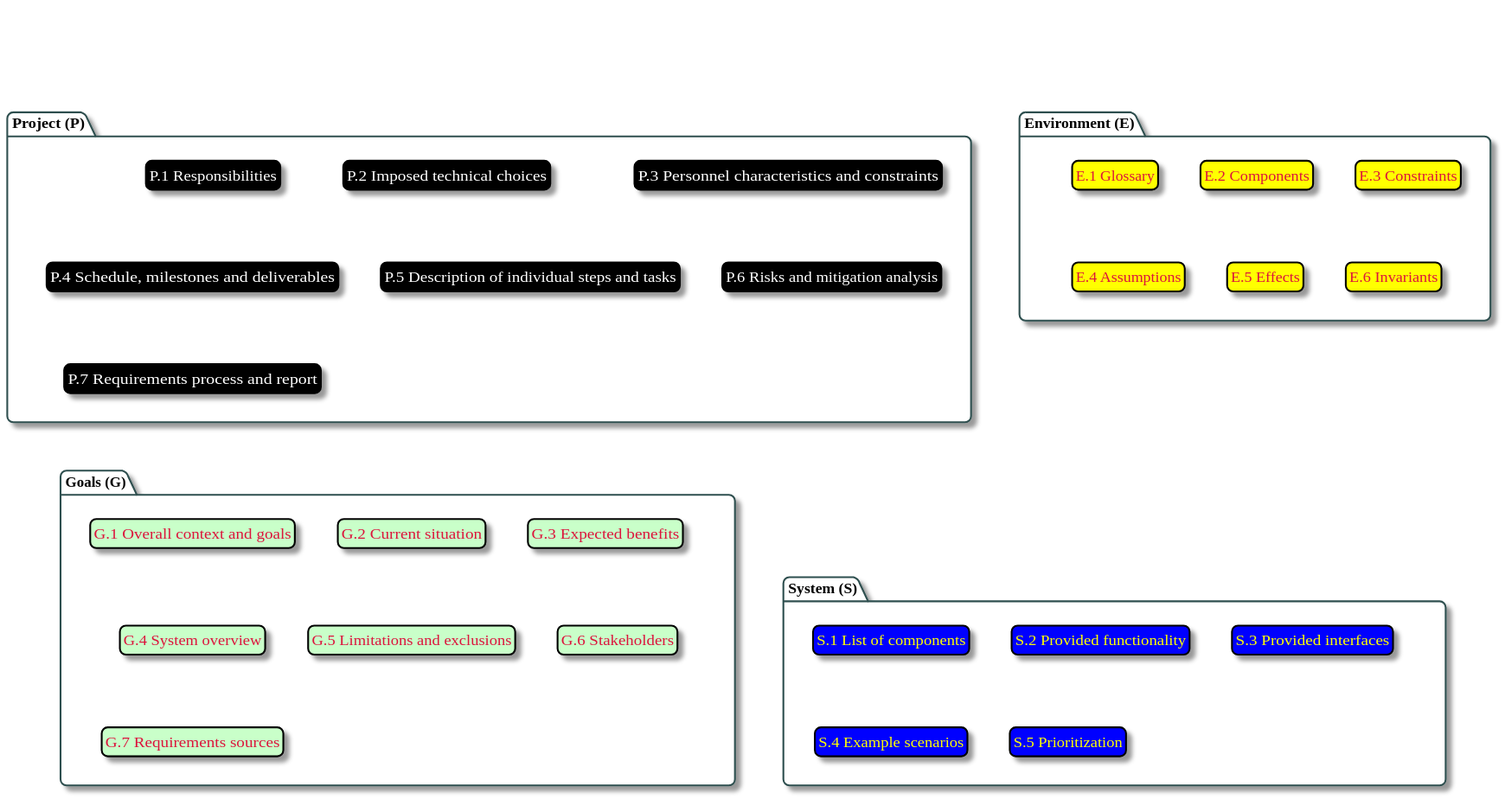
Above: images/classification.svg in FormalRequirements/requirements-handbook-companion (PlantUML), before the change.
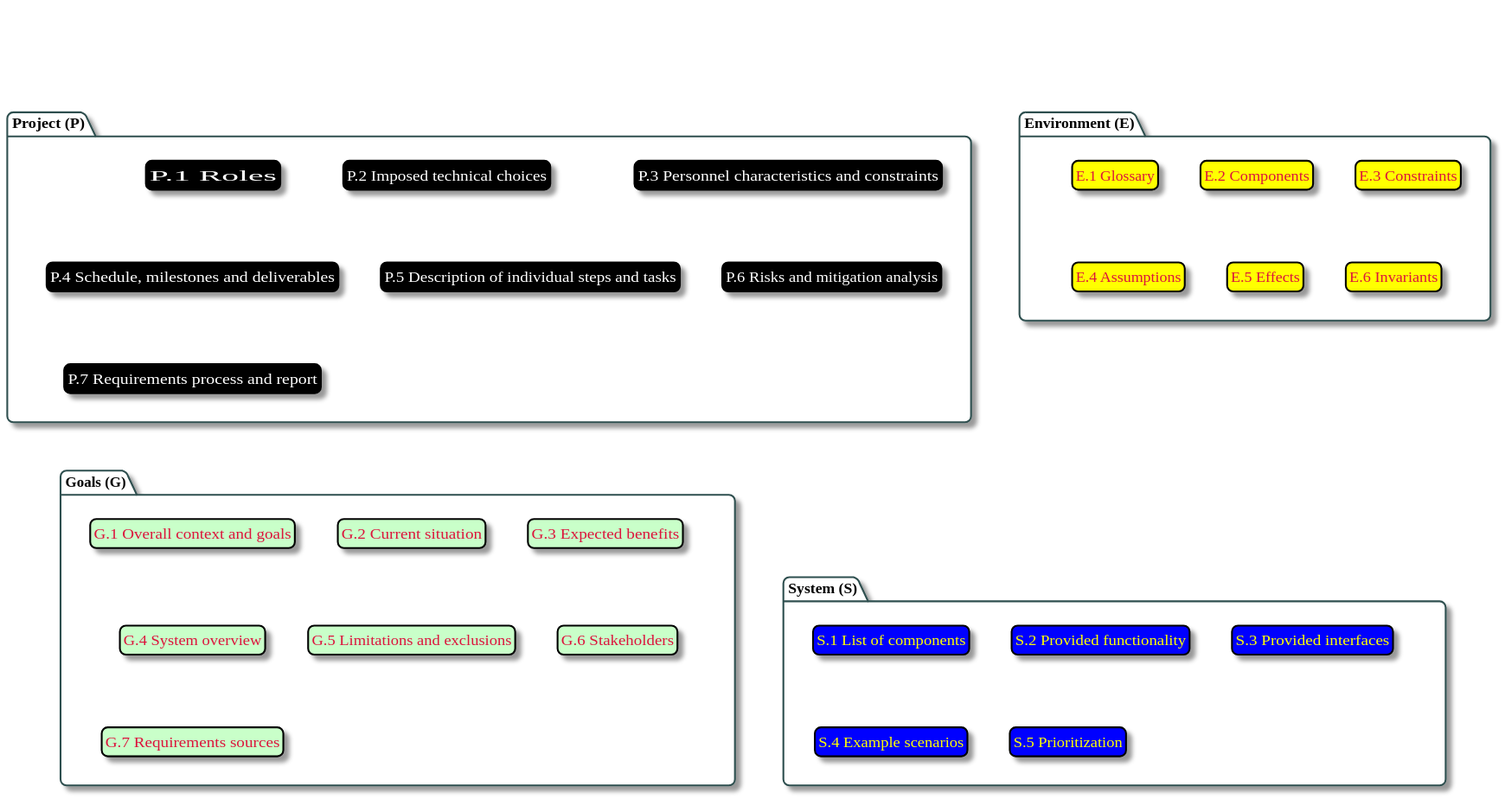
Above is the later version.

Change to the diagram source:
```diff
@@ -3,7 +3,7 @@
 !include config.cfg
 
 package P as "Project (P)" {
-    class p1 as "P.1 Responsibilities" <<Project>>
+    class p1 as "P.1 Roles" <<Project>>
     class p2 as "P.2 Imposed technical choices" <<Project>>
     class p3 as "P.3 Personnel characteristics and constraints" <<Project>>
     class p4 as "P.4 Schedule, milestones and deliverables" <<Project>>
```
